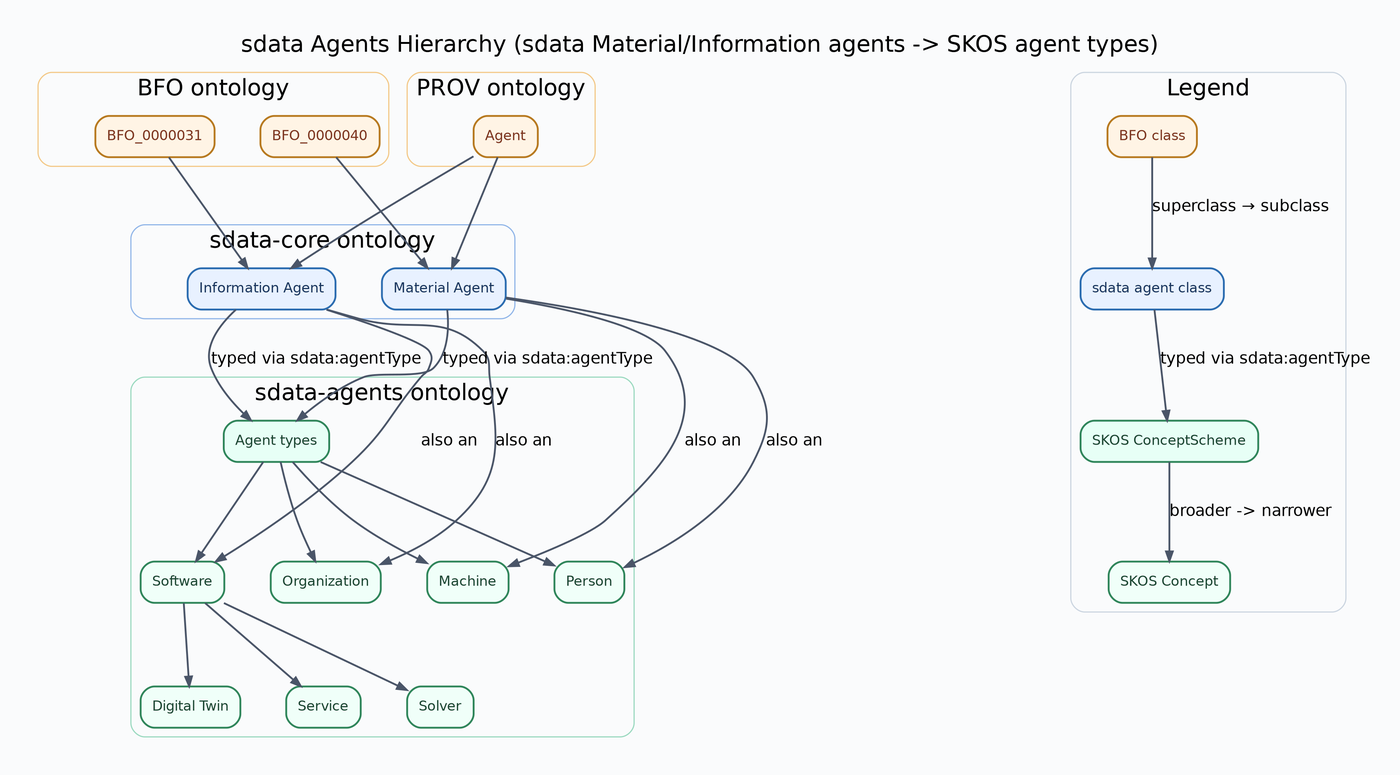
Before: docs/diagrams/sdata-agents-hierarchy.png, a diagram exported from Graphviz (lepy/sdata-ontology). Its source is kept beside it as docs/diagrams/sdata-agents-hierarchy.dot.
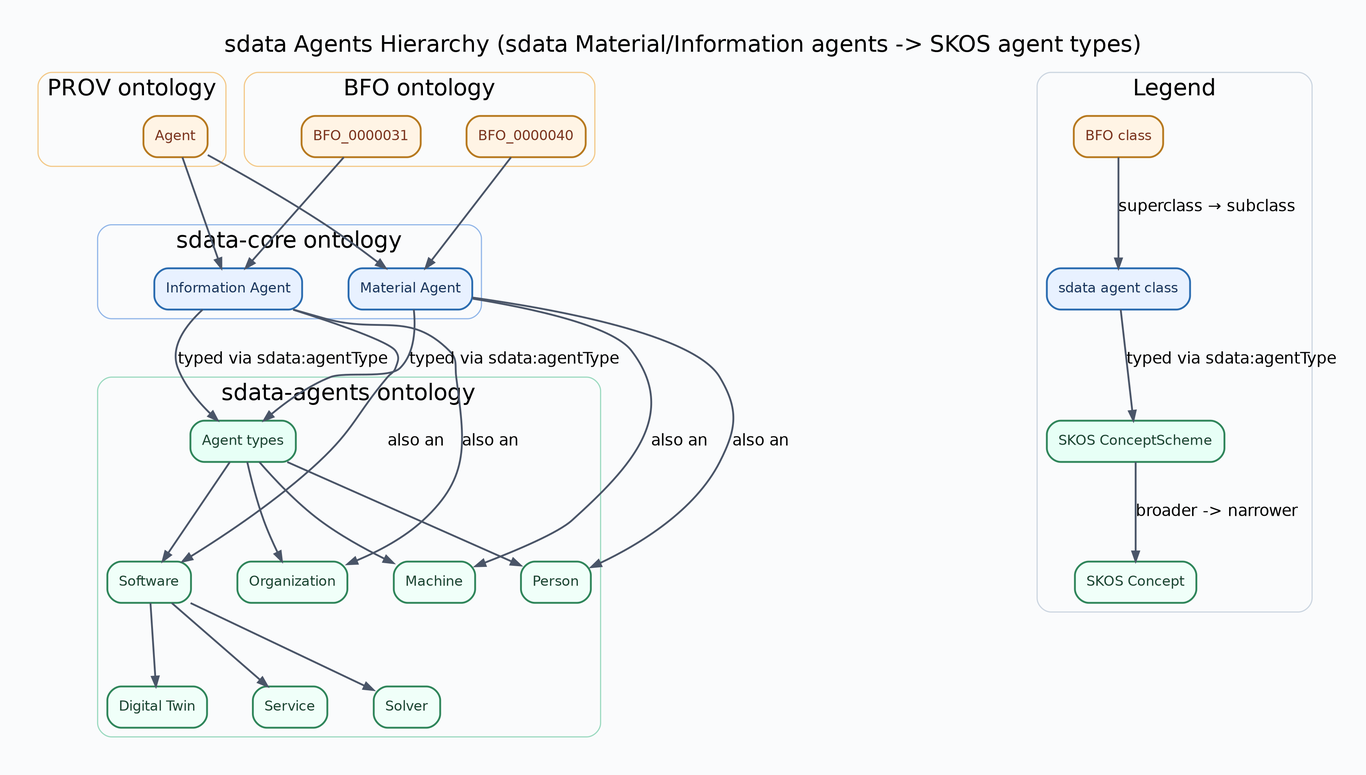
Later version of the same file.

The edit, as a diff of the source:
```diff
@@ -25,6 +25,20 @@
 		fontname=Helvetica,
 		penwidth=1.6
 	];
+	subgraph cluster_prov {
+		graph [color="#F3C887",
+			label="PROV ontology",
+			style=rounded
+		];
+		"http://www.w3.org/ns/prov#Agent"	[color="#B7791F",
+			fillcolor="#FFF4E5",
+			fontcolor="#7B341E",
+			label=Agent];
+		__anchor_prov	[height=0,
+			label="",
+			style=invis,
+			width=0];
+	}
 	subgraph cluster_bfo {
 		graph [color="#F3C887",
 			label="BFO ontology",
@@ -43,55 +57,16 @@
 			style=invis,
 			width=0];
 	}
-	subgraph cluster_legend {
-		graph [color="#CBD5E0",
-			label=Legend,
-			style=rounded
-		];
-		legend_sdata	[color="#2B6CB0",
-			fillcolor="#E8F1FF",
-			fontcolor="#1A365D",
-			label="sdata agent class"];
-		legend_scheme	[color="#2F855A",
-			fillcolor="#E7FFF6",
-			fontcolor="#1C4532",
-			label="SKOS ConceptScheme"];
-		legend_sdata -> legend_scheme	[label="typed via sdata:agentType"];
-		legend_bfo	[color="#B7791F",
-			fillcolor="#FFF4E5",
-			fontcolor="#7B341E",
-			label="BFO class"];
-		legend_bfo -> legend_sdata	[label="superclass → subclass"];
-		legend_concept	[color="#2F855A",
-			fillcolor="#F0FFF9",
-			fontcolor="#1C4532",
-			label="SKOS Concept"];
-		legend_scheme -> legend_concept	[label="broader -> narrower"];
-	}
-	subgraph cluster_prov {
-		graph [color="#F3C887",
-			label="PROV ontology",
-			style=rounded
-		];
-		"http://www.w3.org/ns/prov#Agent"	[color="#B7791F",
-			fillcolor="#FFF4E5",
-			fontcolor="#7B341E",
-			label=Agent];
-		__anchor_prov	[height=0,
-			label="",
-			style=invis,
-			width=0];
-	}
 	subgraph cluster_core {
 		graph [color="#90B5E8",
 			label="sdata-core ontology",
 			style=rounded
 		];
-		"https://w3id.org/sdata/core#InformationAgent"	[color="#2B6CB0",
+		"https://w3id.org/sdata/core/InformationAgent"	[color="#2B6CB0",
 			fillcolor="#E8F1FF",
 			fontcolor="#1A365D",
 			label="Information Agent"];
-		"https://w3id.org/sdata/core#MaterialAgent"	[color="#2B6CB0",
+		"https://w3id.org/sdata/core/MaterialAgent"	[color="#2B6CB0",
 			fillcolor="#E8F1FF",
 			fontcolor="#1A365D",
 			label="Material Agent"];
@@ -142,16 +117,41 @@
 			style=invis,
 			width=0];
 	}
-	"http://purl.obolibrary.org/obo/BFO_0000031" -> "https://w3id.org/sdata/core#InformationAgent";
-	"http://purl.obolibrary.org/obo/BFO_0000040" -> "https://w3id.org/sdata/core#MaterialAgent";
-	"http://www.w3.org/ns/prov#Agent" -> "https://w3id.org/sdata/core#InformationAgent";
-	"http://www.w3.org/ns/prov#Agent" -> "https://w3id.org/sdata/core#MaterialAgent";
-	"https://w3id.org/sdata/core#InformationAgent" -> "https://w3id.org/sdata/vocab/agents#AgentTypeScheme"	[label="typed via sdata:agentType"];
-	"https://w3id.org/sdata/core#InformationAgent" -> "https://w3id.org/sdata/vocab/agents#Organization"	[label="also an"];
-	"https://w3id.org/sdata/core#InformationAgent" -> "https://w3id.org/sdata/vocab/agents#Software"	[label="also an"];
-	"https://w3id.org/sdata/core#MaterialAgent" -> "https://w3id.org/sdata/vocab/agents#AgentTypeScheme"	[label="typed via sdata:agentType"];
-	"https://w3id.org/sdata/core#MaterialAgent" -> "https://w3id.org/sdata/vocab/agents#Machine"	[label="also an"];
-	"https://w3id.org/sdata/core#MaterialAgent" -> "https://w3id.org/sdata/vocab/agents#Person"	[label="also an"];
+	subgraph cluster_legend {
+		graph [color="#CBD5E0",
+			label=Legend,
+			style=rounded
+		];
+		legend_sdata	[color="#2B6CB0",
+			fillcolor="#E8F1FF",
+			fontcolor="#1A365D",
+			label="sdata agent class"];
+		legend_scheme	[color="#2F855A",
+			fillcolor="#E7FFF6",
+			fontcolor="#1C4532",
+			label="SKOS ConceptScheme"];
+		legend_sdata -> legend_scheme	[label="typed via sdata:agentType"];
+		legend_bfo	[color="#B7791F",
+			fillcolor="#FFF4E5",
+			fontcolor="#7B341E",
+			label="BFO class"];
+		legend_bfo -> legend_sdata	[label="superclass → subclass"];
+		legend_concept	[color="#2F855A",
+			fillcolor="#F0FFF9",
+			fontcolor="#1C4532",
+			label="SKOS Concept"];
+		legend_scheme -> legend_concept	[label="broader -> narrower"];
+	}
+	"http://purl.obolibrary.org/obo/BFO_0000031" -> "https://w3id.org/sdata/core/InformationAgent";
+	"http://purl.obolibrary.org/obo/BFO_0000040" -> "https://w3id.org/sdata/core/MaterialAgent";
+	"http://www.w3.org/ns/prov#Agent" -> "https://w3id.org/sdata/core/InformationAgent";
+	"http://www.w3.org/ns/prov#Agent" -> "https://w3id.org/sdata/core/MaterialAgent";
+	"https://w3id.org/sdata/core/InformationAgent" -> "https://w3id.org/sdata/vocab/agents#AgentTypeScheme"	[label="typed via sdata:agentType"];
+	"https://w3id.org/sdata/core/InformationAgent" -> "https://w3id.org/sdata/vocab/agents#Organization"	[label="also an"];
+	"https://w3id.org/sdata/core/InformationAgent" -> "https://w3id.org/sdata/vocab/agents#Software"	[label="also an"];
+	"https://w3id.org/sdata/core/MaterialAgent" -> "https://w3id.org/sdata/vocab/agents#AgentTypeScheme"	[label="typed via sdata:agentType"];
+	"https://w3id.org/sdata/core/MaterialAgent" -> "https://w3id.org/sdata/vocab/agents#Machine"	[label="also an"];
+	"https://w3id.org/sdata/core/MaterialAgent" -> "https://w3id.org/sdata/vocab/agents#Person"	[label="also an"];
 	"https://w3id.org/sdata/vocab/agents#AgentTypeScheme" -> "https://w3id.org/sdata/vocab/agents#Machine";
 	"https://w3id.org/sdata/vocab/agents#AgentTypeScheme" -> "https://w3id.org/sdata/vocab/agents#Organization";
 	"https://w3id.org/sdata/vocab/agents#AgentTypeScheme" -> "https://w3id.org/sdata/vocab/agents#Person";
```
